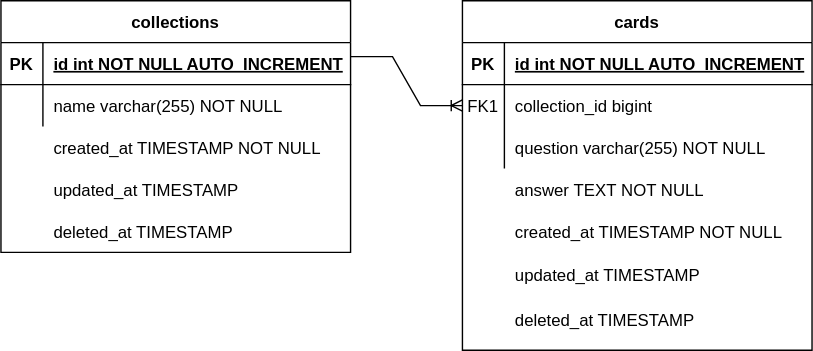
This is docs/design/collections_cards_ERD.drawio.svg from Md7tz/MindIndex, a draw.io export, as it was before one commit. Source tidied: cells renumbered, new cells last; positions are measured from the earlier drawing's top-left corner, leaving out a move shared by most shapes.
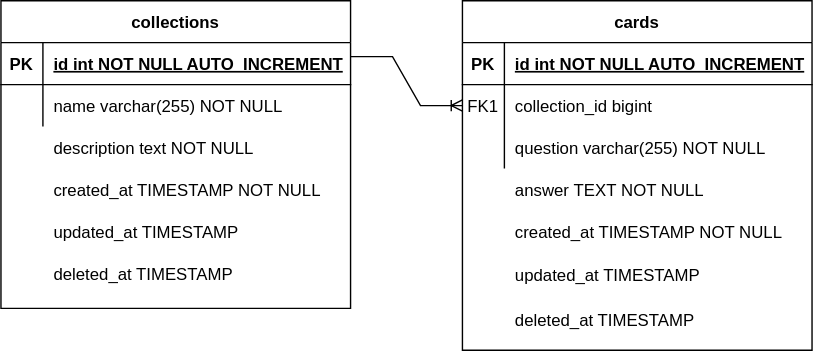
Later version of the same file.

Commit message:
docs(ERD): update collections table design

What changed in the source:
```diff
@@ -33,7 +33,7 @@
       <mxGeometry x="30" width="220" height="30" as="geometry" />
     </mxCell>
     <mxCell id="12" value="collections" style="shape=table;startSize=30;rowLines=0;fontStyle=1;align=center;" parent="1" vertex="1">
-      <mxGeometry width="250" height="180" as="geometry" />
+      <mxGeometry width="250" height="220" as="geometry" />
     </mxCell>
     <mxCell id="13" style="shape=partialRectangle;fillColor=none;top=0;left=0;right=0;bottom=1;" parent="12" vertex="1">
       <mxGeometry y="30" width="250" height="30" as="geometry" />
@@ -54,7 +54,7 @@
       <mxGeometry x="30" width="220" height="30" as="geometry" />
     </mxCell>
     <mxCell id="19" style="shape=partialRectangle;fillColor=none;top=0;left=0;right=0;bottom=0;" parent="1" vertex="1">
-      <mxGeometry y="90" width="250" height="30" as="geometry" />
+      <mxGeometry y="120" width="250" height="30" as="geometry" />
     </mxCell>
     <mxCell id="20" style="shape=partialRectangle;overflow=hidden;fillColor=none;top=0;left=0;bottom=0;right=0;" parent="19" vertex="1">
       <mxGeometry width="30" height="30" as="geometry" />
@@ -63,10 +63,10 @@
       <mxGeometry x="30" width="220" height="30" as="geometry" />
     </mxCell>
     <mxCell id="22" value="updated_at TIMESTAMP" style="shape=partialRectangle;overflow=hidden;fillColor=none;top=0;left=0;bottom=0;right=0;align=left;spacingLeft=6;" parent="1" vertex="1">
-      <mxGeometry x="30" y="120" width="220" height="30" as="geometry" />
+      <mxGeometry x="30" y="150" width="220" height="30" as="geometry" />
     </mxCell>
     <mxCell id="23" value="deleted_at TIMESTAMP" style="shape=partialRectangle;overflow=hidden;fillColor=none;top=0;left=0;bottom=0;right=0;align=left;spacingLeft=6;" parent="1" vertex="1">
-      <mxGeometry x="30" y="150" width="220" height="30" as="geometry" />
+      <mxGeometry x="30" y="180" width="220" height="30" as="geometry" />
     </mxCell>
     <mxCell id="24" style="shape=partialRectangle;fillColor=none;top=0;left=0;right=0;bottom=0;" parent="1" vertex="1">
       <mxGeometry x="330" y="150" width="250" height="30" as="geometry" />
@@ -109,5 +109,14 @@
         <mxPoint x="250" y="40" as="sourcePoint" />
       </mxGeometry>
     </mxCell>
+    <mxCell id="37" style="shape=partialRectangle;fillColor=none;top=0;left=0;right=0;bottom=0;" parent="1" vertex="1">
+      <mxGeometry y="90" width="250" height="30" as="geometry" />
+    </mxCell>
+    <mxCell id="38" style="shape=partialRectangle;overflow=hidden;fillColor=none;top=0;left=0;bottom=0;right=0;" parent="37" vertex="1">
+      <mxGeometry width="30" height="30" as="geometry" />
+    </mxCell>
+    <mxCell id="39" value="description text NOT NULL" style="shape=partialRectangle;overflow=hidden;fillColor=none;top=0;left=0;bottom=0;right=0;align=left;spacingLeft=6;" parent="37" vertex="1">
+      <mxGeometry x="30" width="220" height="30" as="geometry" />
+    </mxCell>
   </root>
 </mxGraphModel>
```
